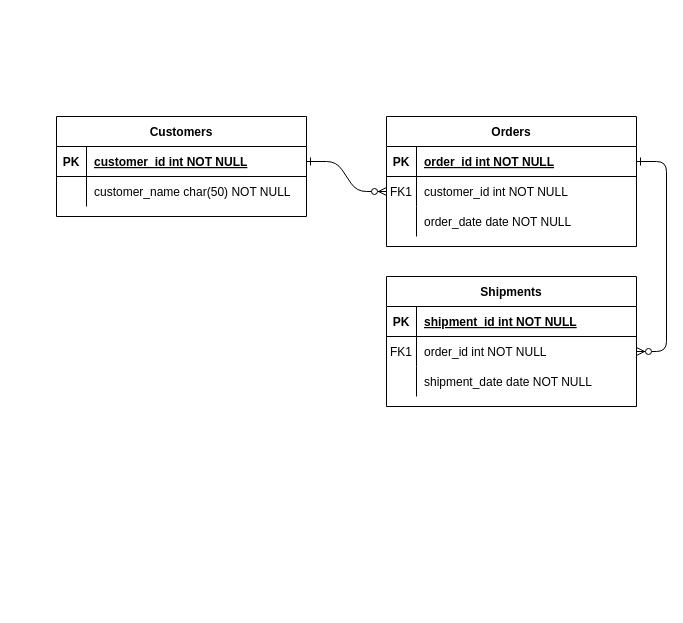
Earlier version of the draw.io diagram Untitled Diagram.drawio (Dann-Herz/new-page2). Source tidied: cells renumbered, new cells numbered last; positions are measured from the earlier drawing's top-left corner, leaving out a move shared by most shapes. Both pictures are drawn from the tidied source at 100%, with x=0, y=0 at pixel (56, 116).
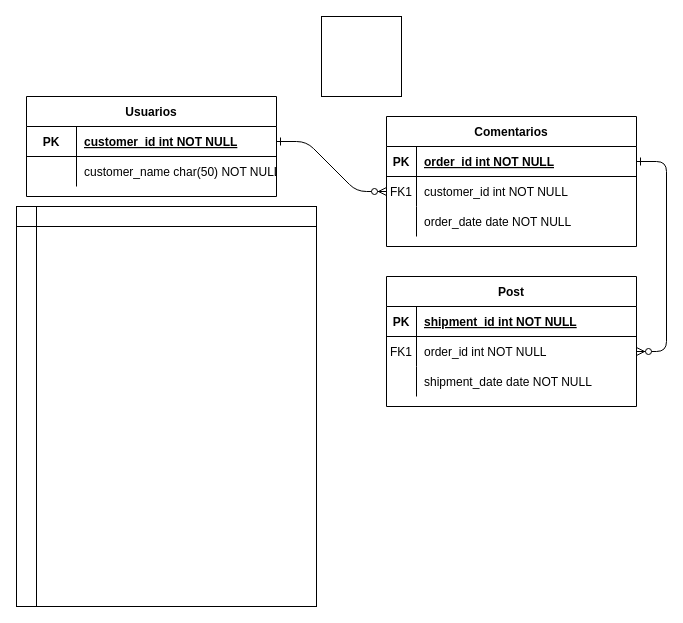
After the change.

Commit message:
First save for the document (without info)

The change refers to these unchanged cells:
```xml
<mxCell id="25" style="shape=partialRectangle;fillColor=none;points=[[0,0.5],[1,0.5]];portConstraint=eastwest;top=0;left=0;right=0;bottom=1;" parent="24" vertex="1">
  <mxGeometry y="30" width="250" height="30" as="geometry" />
</mxCell>
<mxCell id="28" style="shape=partialRectangle;fillColor=none;top=0;left=0;right=0;bottom=0;" parent="24" vertex="1">
  <mxGeometry y="60" width="250" height="30" as="geometry" />
</mxCell>
```

What changed in the source:
```diff
@@
-    <mxCell id="4" value="Orders" style="shape=table;startSize=30;childLayout=tableLayout;rowLines=0;fontStyle=1;align=center;" parent="1" vertex="1">
+    <mxCell id="4" value="Comentarios" style="shape=table;startSize=30;childLayout=tableLayout;rowLines=0;fontStyle=1;align=center;" parent="1" vertex="1">
       <mxGeometry x="330" width="250" height="130" as="geometry" />
     </mxCell>
@@
-    <mxCell id="14" value="Shipments" style="shape=table;startSize=30;childLayout=tableLayout;rowLines=0;fontStyle=1;align=center;" parent="1" vertex="1">
+    <mxCell id="14" value="Post" style="shape=table;startSize=30;childLayout=tableLayout;rowLines=0;fontStyle=1;align=center;" parent="1" vertex="1">
       <mxGeometry x="330" y="160" width="250" height="130" as="geometry" />
     </mxCell>
@@
-    <mxCell id="24" value="Customers" style="shape=table;startSize=30;childLayout=tableLayout;rowLines=0;fontStyle=1;align=center;" parent="1" vertex="1">
-      <mxGeometry width="250" height="100" as="geometry" />
+    <mxCell id="24" value="Usuarios" style="shape=table;startSize=30;childLayout=tableLayout;rowLines=0;fontStyle=1;align=center;" parent="1" vertex="1">
+      <mxGeometry x="-30" y="-20" width="250" height="100" as="geometry" />
     </mxCell>
@@
     <mxCell id="26" value="PK" style="shape=partialRectangle;overflow=hidden;fillColor=none;top=0;left=0;bottom=0;right=0;fontStyle=1;" parent="25" vertex="1">
-      <mxGeometry width="30" height="30" as="geometry" />
+      <mxGeometry width="50" height="30" as="geometry" />
     </mxCell>
     <mxCell id="27" value="customer_id int NOT NULL " style="shape=partialRectangle;overflow=hidden;fillColor=none;top=0;left=0;bottom=0;right=0;align=left;spacingLeft=6;fontStyle=5;" parent="25" vertex="1">
-      <mxGeometry x="30" width="220" height="30" as="geometry" />
+      <mxGeometry x="50" width="200" height="30" as="geometry" />
     </mxCell>
@@
     <mxCell id="29" style="shape=partialRectangle;overflow=hidden;fillColor=none;top=0;left=0;bottom=0;right=0;" parent="28" vertex="1">
-      <mxGeometry width="30" height="30" as="geometry" />
+      <mxGeometry width="50" height="30" as="geometry" />
     </mxCell>
     <mxCell id="30" value="customer_name char(50) NOT NULL" style="shape=partialRectangle;overflow=hidden;fillColor=none;top=0;left=0;bottom=0;right=0;align=left;spacingLeft=6;" parent="28" vertex="1">
-      <mxGeometry x="30" width="220" height="30" as="geometry" />
+      <mxGeometry x="50" width="200" height="30" as="geometry" />
     </mxCell>
+    <mxCell id="31" style="shape=internalStorage;whiteSpace=wrap;html=1;backgroundOutline=1;" parent="1" vertex="1">
+      <mxGeometry x="-40" y="90" width="300" height="400" as="geometry" />
+    </mxCell>
+    <mxCell id="32" style="whiteSpace=wrap;html=1;" parent="1" vertex="1">
+      <mxGeometry x="265" y="-100" width="80" height="80" as="geometry" />
+    </mxCell>
```
